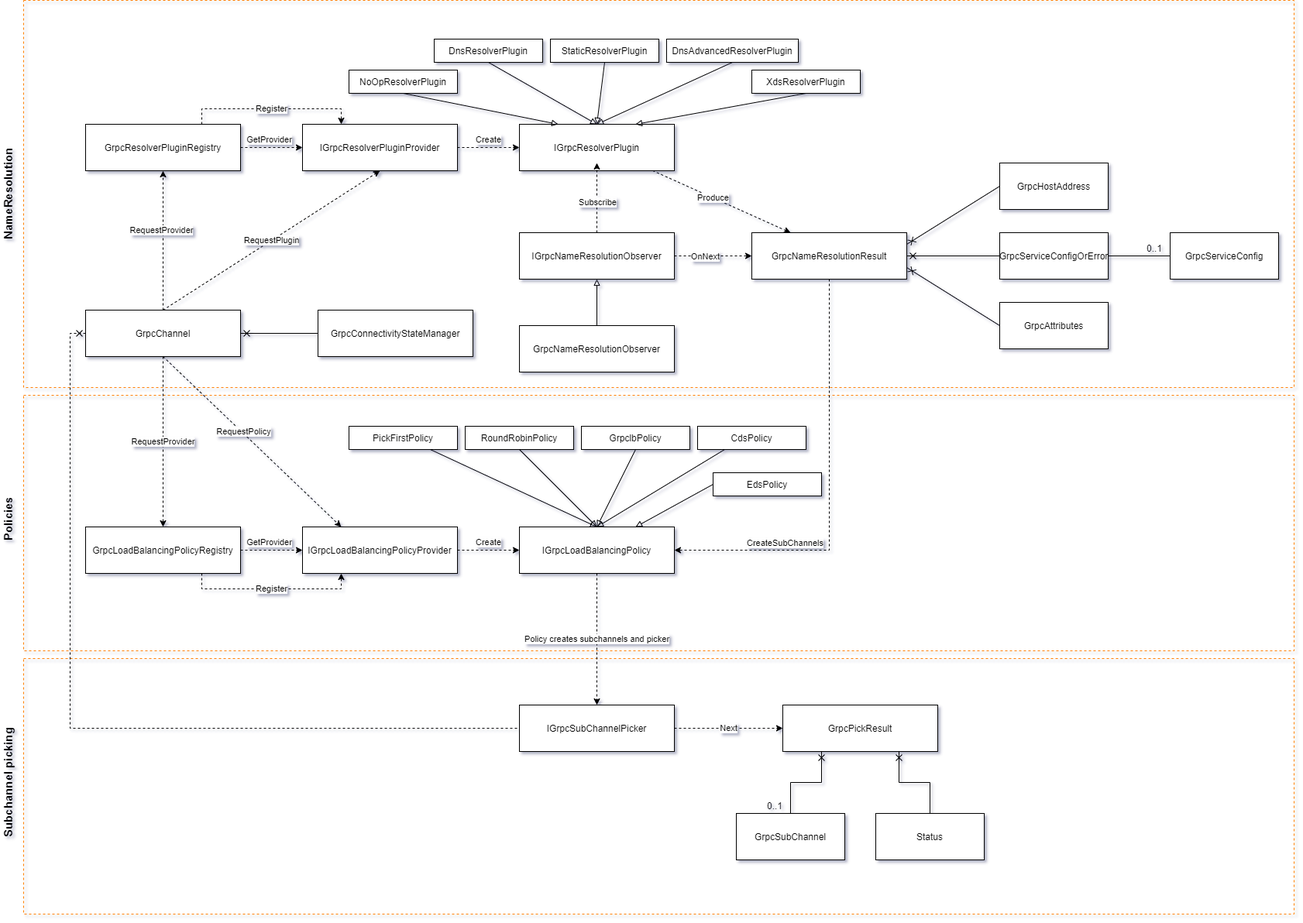
This is src/Grpc.Net.Client/LoadBalancing/Docs/GrpcDotNetLoadBalancing.png from wicharypawel/grpc-dotnet, a draw.io export, as it was before one commit. Source tidied: cells renumbered, new cells last; positions are measured from the earlier drawing's top-left corner, leaving out a move shared by most shapes.
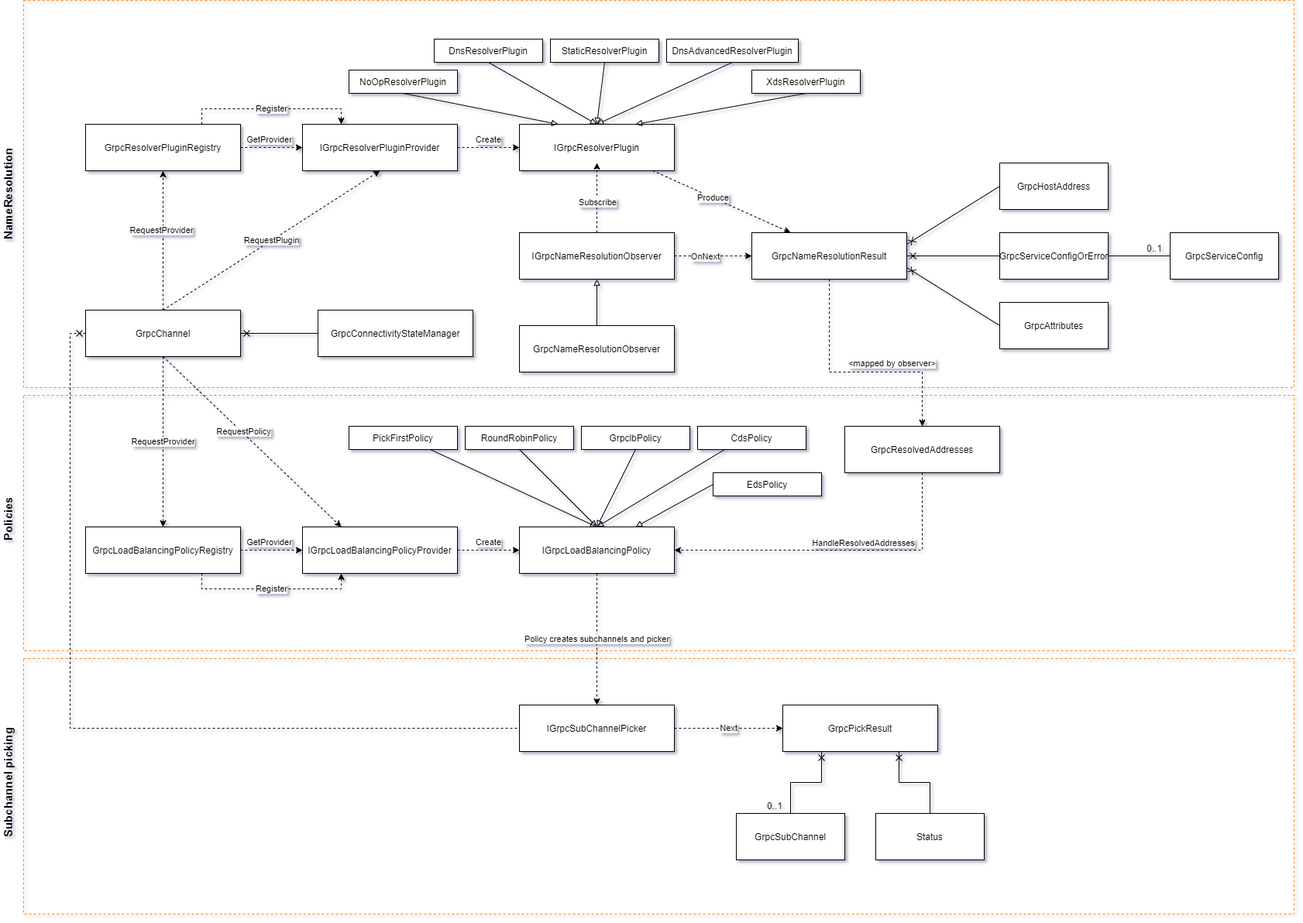
The same file after the commit.

Commit message:
Update load balancing diagram

What changed in the source:
```diff
@@ -11,6 +11,15 @@
     <mxCell id="4" style="rounded=0;whiteSpace=wrap;html=1;fillColor=none;strokeColor=#FF8000;dashed=1;strokeWidth=1;" parent="1" vertex="1">
       <mxGeometry x="110" y="850" width="1640" height="330" as="geometry" />
     </mxCell>
+    <mxCell id="77" value="NameResolution" style="text;html=1;strokeColor=none;fillColor=none;align=center;verticalAlign=middle;whiteSpace=wrap;rounded=0;dashed=1;rotation=-90;strokeWidth=1;fontSize=15;fontStyle=1;" parent="1" vertex="1">
+      <mxGeometry y="240" width="180" height="20" as="geometry" />
+    </mxCell>
+    <mxCell id="78" value="Policies" style="text;html=1;strokeColor=none;fillColor=none;align=center;verticalAlign=middle;whiteSpace=wrap;rounded=0;dashed=1;rotation=-90;strokeWidth=1;fontSize=15;fontStyle=1;" parent="1" vertex="1">
+      <mxGeometry x="32.5" y="660" width="115" height="20" as="geometry" />
+    </mxCell>
+    <mxCell id="79" value="Subchannel picking" style="text;html=1;strokeColor=none;fillColor=none;align=center;verticalAlign=middle;whiteSpace=wrap;rounded=0;dashed=1;rotation=-90;strokeWidth=1;fontSize=15;fontStyle=1;" parent="1" vertex="1">
+      <mxGeometry x="5" y="1000" width="170" height="20" as="geometry" />
+    </mxCell>
     <mxCell id="5" parent="0" />
     <mxCell id="6" value="Produce" style="rounded=0;jettySize=auto;html=1;exitX=0.75;exitY=1;exitDx=0;exitDy=0;entryX=0.25;entryY=0;entryDx=0;entryDy=0;dashed=1;" parent="5" edge="1" target="18">
       <mxGeometry relative="1" as="geometry">
@@ -45,14 +54,15 @@
     <mxCell id="14" value="IGrpcResolverPluginProvider" style="rounded=0;whiteSpace=wrap;html=1;" parent="5" vertex="1">
       <mxGeometry x="470" y="160" width="200" height="60" as="geometry" />
     </mxCell>
-    <mxCell id="15" style="rounded=0;jettySize=auto;html=1;exitX=0.5;exitY=1;exitDx=0;exitDy=0;entryX=1;entryY=0.5;entryDx=0;entryDy=0;edgeStyle=orthogonalEdgeStyle;dashed=1;" parent="5" edge="1" source="18" target="23">
+    <mxCell id="15" style="rounded=0;jettySize=auto;html=1;exitX=0.5;exitY=1;exitDx=0;exitDy=0;entryX=0.5;entryY=0;entryDx=0;entryDy=0;edgeStyle=orthogonalEdgeStyle;dashed=1;" parent="5" edge="1" source="18" target="82">
       <mxGeometry relative="1" as="geometry">
         <Array as="points">
-          <mxPoint x="1150" y="710" />
+          <mxPoint x="1150" y="480" />
+          <mxPoint x="1270" y="480" />
         </Array>
       </mxGeometry>
     </mxCell>
-    <mxCell id="16" value="CreateSubChannels" style="edgeLabel;html=1;align=center;verticalAlign=middle;" parent="15" vertex="1">
+    <mxCell id="16" value="&amp;lt;mapped by observer&amp;gt;" style="edgeLabel;html=1;align=center;verticalAlign=middle;" parent="15" vertex="1">
       <mxGeometry x="0.41" y="1" relative="1" as="geometry">
         <mxPoint x="-18.8" y="-11" as="offset" />
       </mxGeometry>
@@ -243,14 +253,16 @@
     <mxCell id="76" value="0..1" style="text;html=1;strokeColor=none;fillColor=none;align=center;verticalAlign=middle;whiteSpace=wrap;rounded=0;" parent="5" vertex="1">
       <mxGeometry x="1060" y="1030" width="40" height="20" as="geometry" />
     </mxCell>
-    <mxCell id="77" value="NameResolution" style="text;html=1;strokeColor=none;fillColor=none;align=center;verticalAlign=middle;whiteSpace=wrap;rounded=0;dashed=1;rotation=-90;strokeWidth=1;fontSize=15;fontStyle=1;" parent="5" vertex="1">
-      <mxGeometry y="240" width="180" height="20" as="geometry" />
-    </mxCell>
-    <mxCell id="78" value="Policies" style="text;html=1;strokeColor=none;fillColor=none;align=center;verticalAlign=middle;whiteSpace=wrap;rounded=0;dashed=1;rotation=-90;strokeWidth=1;fontSize=15;fontStyle=1;" parent="5" vertex="1">
-      <mxGeometry x="32.5" y="660" width="115" height="20" as="geometry" />
-    </mxCell>
-    <mxCell id="79" value="Subchannel picking" style="text;html=1;strokeColor=none;fillColor=none;align=center;verticalAlign=middle;whiteSpace=wrap;rounded=0;dashed=1;rotation=-90;strokeWidth=1;fontSize=15;fontStyle=1;" parent="5" vertex="1">
-      <mxGeometry x="5" y="1000" width="170" height="20" as="geometry" />
-    </mxCell>
+    <mxCell id="80" style="edgeStyle=orthogonalEdgeStyle;rounded=0;jettySize=auto;html=1;exitX=0.5;exitY=1;exitDx=0;exitDy=0;entryX=1;entryY=0.5;entryDx=0;entryDy=0;dashed=1;" parent="5" edge="1" source="82" target="23">
+      <mxGeometry relative="1" as="geometry" />
+    </mxCell>
+    <mxCell id="81" value="HandleResolvedAddresses" style="edgeLabel;html=1;align=center;verticalAlign=middle;" parent="80" vertex="1">
+      <mxGeometry x="-0.27" y="3" relative="1" as="geometry">
+        <mxPoint x="-24" y="-13" as="offset" />
+      </mxGeometry>
+    </mxCell>
+    <mxCell id="82" value="GrpcResolvedAddresses" style="rounded=0;whiteSpace=wrap;html=1;" parent="5" vertex="1">
+      <mxGeometry x="1170" y="550" width="200" height="60" as="geometry" />
+    </mxCell>
   </root>
 </mxGraphModel>
```
